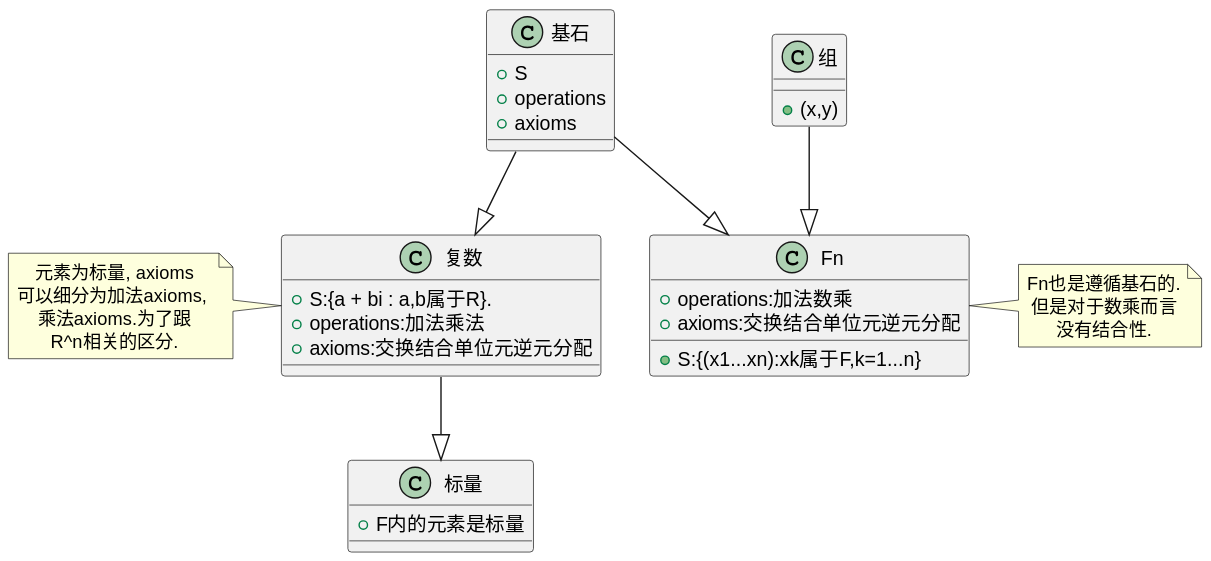
The PlantUML diagram knowledge&understanding/assets/数学/线性代数1_1_2.svg in AlleyNorthward/postgraduate-entrance-exam, before a commit. The source it was exported from:
```plantuml
@startuml
skinparam DefaultTextAlignment center

class 基石{
    + S
    + operations
    + axioms
}

class 复数 {
    + S:{a + bi : a,b属于R}.
    + operations:加法乘法
    + axioms:交换结合单位元逆元分配
}

note left of 复数
元素为标量, axioms
可以细分为加法axioms,
乘法axioms.为了跟
R^n相关的区分.
end note

class 标量{
    + F内的元素是标量
}

class 组{
    + (x,y)
}

class Fn{
    + S:{(x1...xn):xk属于F,k=1...n}
    + operations:加法数乘
    + axioms:交换结合单位元逆元分配
}

note right of Fn
Fn也是遵循基石的.
但是对于数乘而言
没有结合性.
end note

基石 --|> 复数
复数 --|> 标量
基石 --|> Fn
组 --|> Fn
@enduml
```
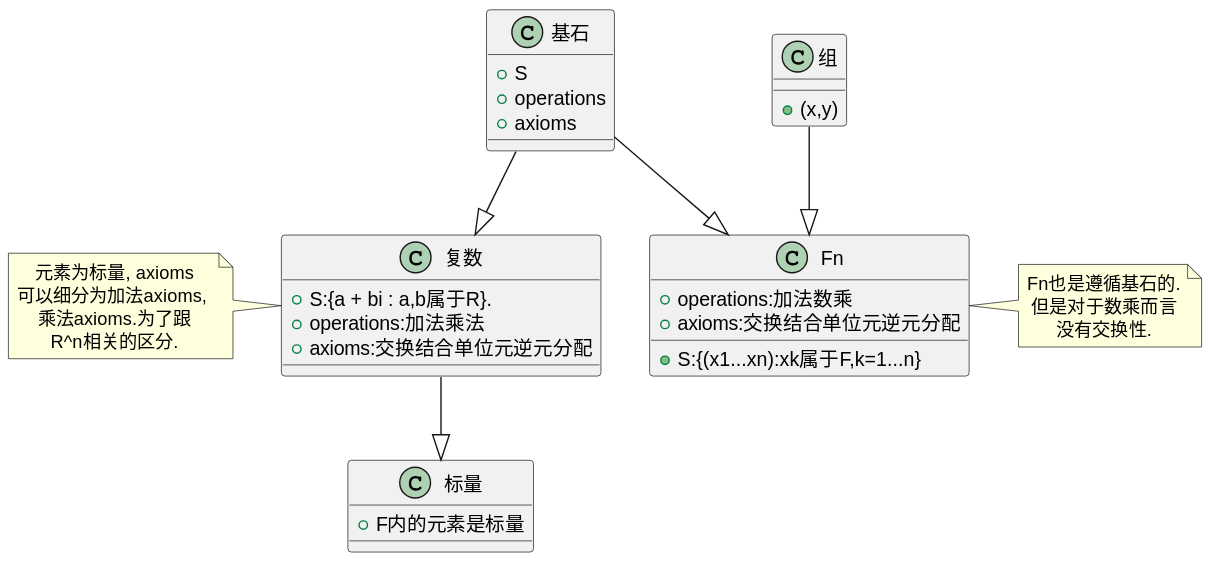
After the commit.

Diff of the diagram source:
```diff
@@ -37,7 +37,7 @@
 note right of Fn
 Fn也是遵循基石的.
 但是对于数乘而言
-没有结合性.
+没有交换性.
 end note
 
 基石 --|> 复数
```
